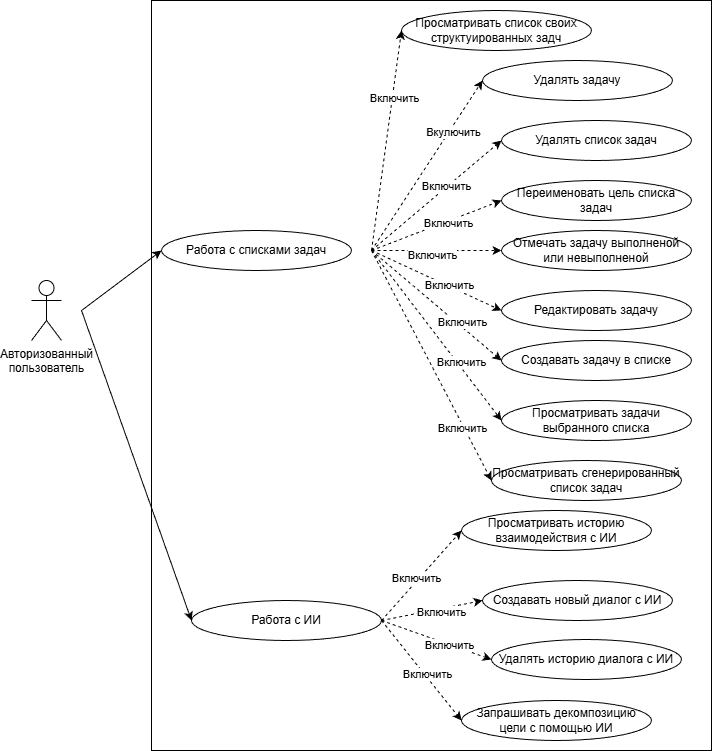
This is TargetLayer (личное планирование) прицедентов.png from AleksandrMeshkov/Diplom, a draw.io export, as it was before one commit. Source tidied: cells renumbered, new cells last; positions are measured from the earlier drawing's top-left corner, leaving out a move shared by most shapes.
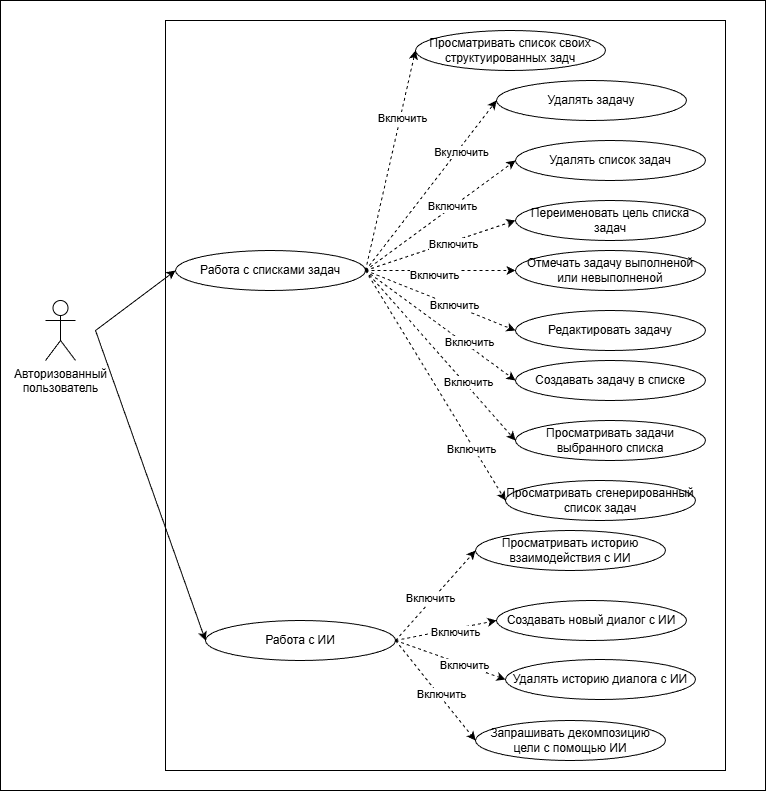
After the change.

What changed in the source:
```diff
@@ -2,12 +2,15 @@
   <root>
     <mxCell id="0" />
     <mxCell id="1" parent="0" />
+    <mxCell id="47" style="rounded=0;whiteSpace=wrap;html=1;" parent="1" vertex="1">
+      <mxGeometry x="-45" y="-20" width="765" height="790" as="geometry" />
+    </mxCell>
     <mxCell id="2" value="Авторизованный&lt;div&gt;пользователь&lt;/div&gt;" style="shape=umlActor;verticalLabelPosition=bottom;verticalAlign=top;html=1;" parent="1" vertex="1">
       <mxGeometry y="280" width="30" height="60" as="geometry" />
     </mxCell>
-    <mxCell id="3" style="rounded=0;whiteSpace=wrap;html=1;" parent="1" vertex="1">
-      <mxGeometry x="120" width="560" height="750" as="geometry" />
-    </mxCell>
+    <mxCell id="48" style="rounded=0;whiteSpace=wrap;html=1;" parent="1" vertex="1">
+      <mxGeometry x="120" width="560" height="750" as="geometry" />
+    </mxCell>
     <mxCell id="4" value="Работа с ИИ" style="ellipse;whiteSpace=wrap;html=1;" parent="1" vertex="1">
       <mxGeometry x="160" y="600" width="190" height="40" as="geometry" />
     </mxCell>
@@ -53,125 +56,121 @@
     <mxCell id="18" value="Запрашивать декомпозицию цели с помощью ИИ" style="ellipse;whiteSpace=wrap;html=1;" parent="1" vertex="1">
       <mxGeometry x="430" y="700" width="190" height="40" as="geometry" />
     </mxCell>
-    <mxCell id="19" style="endArrow=classic;html=1;rounded=0;entryX=0;entryY=0.5;entryDx=0;entryDy=0;" parent="1" edge="1" target="8">
-      <mxGeometry relative="1" as="geometry">
-        <mxPoint x="50" y="310" as="sourcePoint" />
-      </mxGeometry>
-    </mxCell>
-    <mxCell id="20" style="endArrow=classic;html=1;rounded=0;entryX=0;entryY=0.5;entryDx=0;entryDy=0;" parent="1" edge="1" target="4">
-      <mxGeometry relative="1" as="geometry">
-        <mxPoint x="50" y="310" as="sourcePoint" />
-      </mxGeometry>
-    </mxCell>
-    <mxCell id="21" style="endArrow=classic;html=1;rounded=0;entryX=0;entryY=0.5;entryDx=0;entryDy=0;dashed=1;" parent="1" edge="1" target="16">
-      <mxGeometry relative="1" as="geometry">
-        <mxPoint x="340" y="250" as="sourcePoint" />
-      </mxGeometry>
-    </mxCell>
-    <mxCell id="22" value="Включить" style="edgeLabel;html=1;align=center;verticalAlign=middle;" parent="21" vertex="1">
-      <mxGeometry x="0.38" y="-2" relative="1" as="geometry" />
-    </mxCell>
-    <mxCell id="23" style="endArrow=classic;html=1;rounded=0;entryX=0;entryY=0.5;entryDx=0;entryDy=0;dashed=1;" parent="1" edge="1" target="11">
-      <mxGeometry relative="1" as="geometry">
-        <mxPoint x="340" y="250" as="sourcePoint" />
-      </mxGeometry>
-    </mxCell>
+    <mxCell id="49" style="endArrow=classic;html=1;rounded=0;entryX=0;entryY=0.5;entryDx=0;entryDy=0;" parent="1" edge="1" target="8">
+      <mxGeometry relative="1" as="geometry">
+        <mxPoint x="50" y="310" as="sourcePoint" />
+      </mxGeometry>
+    </mxCell>
+    <mxCell id="50" style="endArrow=classic;html=1;rounded=0;entryX=0;entryY=0.5;entryDx=0;entryDy=0;" parent="1" edge="1" target="4">
+      <mxGeometry relative="1" as="geometry">
+        <mxPoint x="50" y="310" as="sourcePoint" />
+      </mxGeometry>
+    </mxCell>
+    <mxCell id="51" style="endArrow=classic;html=1;rounded=0;entryX=0;entryY=0.5;entryDx=0;entryDy=0;dashed=1;exitX=1;exitY=0.5;exitDx=0;exitDy=0;" parent="1" edge="1" source="8" target="16">
+      <mxGeometry relative="1" as="geometry" />
+    </mxCell>
+    <mxCell id="52" value="Включить" style="edgeLabel;html=1;align=center;verticalAlign=middle;" parent="51" vertex="1">
+      <mxGeometry x="0.38" y="-2" relative="1" as="geometry" />
+    </mxCell>
+    <mxCell id="53" style="endArrow=classic;html=1;rounded=0;entryX=0;entryY=0.5;entryDx=0;entryDy=0;dashed=1;" parent="1" edge="1" target="11">
+      <mxGeometry relative="1" as="geometry">
+        <mxPoint x="320" y="250" as="sourcePoint" />
+      </mxGeometry>
+    </mxCell>
-    <mxCell id="24" value="Вкулючить" style="edgeLabel;html=1;align=center;verticalAlign=middle;" parent="23" vertex="1">
+    <mxCell id="24" value="Вкулючить" style="edgeLabel;html=1;align=center;verticalAlign=middle;" parent="53" vertex="1">
       <mxGeometry x="0.42" y="-3" relative="1" as="geometry" />
     </mxCell>
-    <mxCell id="25" style="endArrow=classic;html=1;rounded=0;entryX=0;entryY=0.5;entryDx=0;entryDy=0;dashed=1;" parent="1" edge="1" target="9">
-      <mxGeometry relative="1" as="geometry">
-        <mxPoint x="340" y="250" as="sourcePoint" />
-      </mxGeometry>
-    </mxCell>
-    <mxCell id="26" value="Включить" style="edgeLabel;html=1;align=center;verticalAlign=middle;" parent="25" vertex="1">
-      <mxGeometry x="0.16" y="1" relative="1" as="geometry" />
-    </mxCell>
-    <mxCell id="27" style="endArrow=classic;html=1;rounded=0;entryX=0;entryY=0.5;entryDx=0;entryDy=0;dashed=1;" parent="1" edge="1" target="10">
-      <mxGeometry relative="1" as="geometry">
-        <mxPoint x="340" y="250" as="sourcePoint" />
-      </mxGeometry>
-    </mxCell>
-    <mxCell id="28" value="Включить" style="edgeLabel;html=1;align=center;verticalAlign=middle;" parent="27" vertex="1">
-      <mxGeometry x="0.16" y="-2" relative="1" as="geometry" />
-    </mxCell>
-    <mxCell id="29" style="endArrow=classic;html=1;rounded=0;entryX=0;entryY=0.5;entryDx=0;entryDy=0;dashed=1;" parent="1" edge="1" target="12">
-      <mxGeometry relative="1" as="geometry">
-        <mxPoint x="340" y="250" as="sourcePoint" />
-      </mxGeometry>
-    </mxCell>
-    <mxCell id="30" value="Включить" style="edgeLabel;html=1;align=center;verticalAlign=middle;" parent="29" vertex="1">
-      <mxGeometry x="-0.08" y="-4" relative="1" as="geometry" />
-    </mxCell>
-    <mxCell id="31" style="endArrow=classic;html=1;rounded=0;entryX=0;entryY=0.5;entryDx=0;entryDy=0;dashed=1;" parent="1" edge="1" target="13">
-      <mxGeometry relative="1" as="geometry">
-        <mxPoint x="340" y="250" as="sourcePoint" />
-      </mxGeometry>
-    </mxCell>
-    <mxCell id="32" value="Включить" style="edgeLabel;html=1;align=center;verticalAlign=middle;" parent="31" vertex="1">
-      <mxGeometry x="0.18" relative="1" as="geometry">
-        <mxPoint y="-1" as="offset" />
-      </mxGeometry>
-    </mxCell>
-    <mxCell id="33" style="endArrow=classic;html=1;rounded=0;entryX=0;entryY=0.5;entryDx=0;entryDy=0;dashed=1;" parent="1" edge="1" target="14">
-      <mxGeometry relative="1" as="geometry">
-        <mxPoint x="340" y="250" as="sourcePoint" />
-      </mxGeometry>
-    </mxCell>
-    <mxCell id="34" value="Включить" style="edgeLabel;html=1;align=center;verticalAlign=middle;" parent="33" vertex="1">
-      <mxGeometry x="0.35" y="4" relative="1" as="geometry" />
-    </mxCell>
-    <mxCell id="35" style="endArrow=classic;html=1;rounded=0;entryX=0;entryY=0.5;entryDx=0;entryDy=0;dashed=1;" parent="1" edge="1" target="15">
-      <mxGeometry relative="1" as="geometry">
-        <mxPoint x="340" y="250" as="sourcePoint" />
-      </mxGeometry>
-    </mxCell>
-    <mxCell id="36" value="Включить" style="edgeLabel;html=1;align=center;verticalAlign=middle;" parent="35" vertex="1">
-      <mxGeometry x="0.34" y="3" relative="1" as="geometry" />
-    </mxCell>
-    <mxCell id="37" style="endArrow=classic;html=1;rounded=0;dashed=1;entryX=0;entryY=0.5;entryDx=0;entryDy=0;" parent="1" edge="1" target="17">
-      <mxGeometry relative="1" as="geometry">
-        <mxPoint x="340" y="250" as="sourcePoint" />
-      </mxGeometry>
-    </mxCell>
-    <mxCell id="38" value="Включить" style="edgeLabel;html=1;align=center;verticalAlign=middle;" parent="37" vertex="1">
-      <mxGeometry x="0.54" y="-3" relative="1" as="geometry">
-        <mxPoint x="1" as="offset" />
-      </mxGeometry>
-    </mxCell>
-    <mxCell id="39" style="endArrow=classic;html=1;rounded=0;entryX=0;entryY=0.5;entryDx=0;entryDy=0;dashed=1;" parent="1" edge="1" target="7">
-      <mxGeometry relative="1" as="geometry">
-        <mxPoint x="350" y="620" as="sourcePoint" />
-      </mxGeometry>
-    </mxCell>
-    <mxCell id="40" value="Включить" style="edgeLabel;html=1;align=center;verticalAlign=middle;" parent="39" vertex="1">
-      <mxGeometry x="-0.1" y="2" relative="1" as="geometry">
-        <mxPoint y="-1" as="offset" />
-      </mxGeometry>
-    </mxCell>
-    <mxCell id="41" style="endArrow=classic;html=1;rounded=0;entryX=0;entryY=0.5;entryDx=0;entryDy=0;dashed=1;" parent="1" edge="1" target="6">
-      <mxGeometry relative="1" as="geometry">
-        <mxPoint x="350" y="620" as="sourcePoint" />
-      </mxGeometry>
-    </mxCell>
-    <mxCell id="42" value="Включить" style="edgeLabel;html=1;align=center;verticalAlign=middle;" parent="41" vertex="1">
-      <mxGeometry x="0.17" y="-3" relative="1" as="geometry" />
-    </mxCell>
-    <mxCell id="43" style="endArrow=classic;html=1;rounded=0;entryX=0;entryY=0.5;entryDx=0;entryDy=0;dashed=1;" parent="1" edge="1" target="5">
-      <mxGeometry relative="1" as="geometry">
-        <mxPoint x="350" y="620" as="sourcePoint" />
-      </mxGeometry>
-    </mxCell>
-    <mxCell id="44" value="Включить" style="edgeLabel;html=1;align=center;verticalAlign=middle;" parent="43" vertex="1">
-      <mxGeometry x="0.24" relative="1" as="geometry" />
-    </mxCell>
-    <mxCell id="45" style="endArrow=classic;html=1;rounded=0;entryX=0;entryY=0.5;entryDx=0;entryDy=0;dashed=1;" parent="1" edge="1" target="18">
-      <mxGeometry relative="1" as="geometry">
-        <mxPoint x="350" y="620" as="sourcePoint" />
-      </mxGeometry>
-    </mxCell>
-    <mxCell id="46" value="Включить" style="edgeLabel;html=1;align=center;verticalAlign=middle;" parent="45" vertex="1">
-      <mxGeometry x="0.09" y="2" relative="1" as="geometry" />
-    </mxCell>
+    <mxCell id="54" style="endArrow=classic;html=1;rounded=0;entryX=0;entryY=0.5;entryDx=0;entryDy=0;dashed=1;exitX=1;exitY=0.5;exitDx=0;exitDy=0;" parent="1" edge="1" source="8" target="9">
+      <mxGeometry relative="1" as="geometry" />
+    </mxCell>
+    <mxCell id="55" value="Включить" style="edgeLabel;html=1;align=center;verticalAlign=middle;" parent="54" vertex="1">
+      <mxGeometry x="0.16" y="1" relative="1" as="geometry" />
+    </mxCell>
+    <mxCell id="56" style="endArrow=classic;html=1;rounded=0;entryX=0;entryY=0.5;entryDx=0;entryDy=0;dashed=1;" parent="1" edge="1" target="10">
+      <mxGeometry relative="1" as="geometry">
+        <mxPoint x="320" y="250" as="sourcePoint" />
+      </mxGeometry>
+    </mxCell>
+    <mxCell id="57" value="Включить" style="edgeLabel;html=1;align=center;verticalAlign=middle;" parent="56" vertex="1">
+      <mxGeometry x="0.16" y="-2" relative="1" as="geometry" />
+    </mxCell>
+    <mxCell id="58" style="endArrow=classic;html=1;rounded=0;entryX=0;entryY=0.5;entryDx=0;entryDy=0;dashed=1;" parent="1" edge="1" target="12">
+      <mxGeometry relative="1" as="geometry">
+        <mxPoint x="320" y="250" as="sourcePoint" />
+      </mxGeometry>
+    </mxCell>
+    <mxCell id="59" value="Включить" style="edgeLabel;html=1;align=center;verticalAlign=middle;" parent="58" vertex="1">
+      <mxGeometry x="-0.08" y="-4" relative="1" as="geometry" />
+    </mxCell>
+    <mxCell id="60" style="endArrow=classic;html=1;rounded=0;entryX=0;entryY=0.5;entryDx=0;entryDy=0;dashed=1;" parent="1" edge="1" target="13">
+      <mxGeometry relative="1" as="geometry">
+        <mxPoint x="320" y="250" as="sourcePoint" />
+      </mxGeometry>
+    </mxCell>
+    <mxCell id="61" value="Включить" style="edgeLabel;html=1;align=center;verticalAlign=middle;" parent="60" vertex="1">
+      <mxGeometry x="0.18" relative="1" as="geometry">
+        <mxPoint y="-1" as="offset" />
+      </mxGeometry>
+    </mxCell>
+    <mxCell id="62" style="endArrow=classic;html=1;rounded=0;entryX=0;entryY=0.5;entryDx=0;entryDy=0;dashed=1;" parent="1" edge="1" target="14">
+      <mxGeometry relative="1" as="geometry">
+        <mxPoint x="320" y="250" as="sourcePoint" />
+      </mxGeometry>
+    </mxCell>
+    <mxCell id="63" value="Включить" style="edgeLabel;html=1;align=center;verticalAlign=middle;" parent="62" vertex="1">
+      <mxGeometry x="0.35" y="4" relative="1" as="geometry" />
+    </mxCell>
+    <mxCell id="64" style="endArrow=classic;html=1;rounded=0;entryX=0;entryY=0.5;entryDx=0;entryDy=0;dashed=1;" parent="1" edge="1" target="15">
+      <mxGeometry relative="1" as="geometry">
+        <mxPoint x="320" y="250" as="sourcePoint" />
+      </mxGeometry>
+    </mxCell>
+    <mxCell id="65" value="Включить" style="edgeLabel;html=1;align=center;verticalAlign=middle;" parent="64" vertex="1">
+      <mxGeometry x="0.34" y="3" relative="1" as="geometry" />
+    </mxCell>
+    <mxCell id="66" style="endArrow=classic;html=1;rounded=0;dashed=1;entryX=0;entryY=0.5;entryDx=0;entryDy=0;" parent="1" edge="1" target="17">
+      <mxGeometry relative="1" as="geometry">
+        <mxPoint x="320" y="250" as="sourcePoint" />
+      </mxGeometry>
+    </mxCell>
+    <mxCell id="67" value="Включить" style="edgeLabel;html=1;align=center;verticalAlign=middle;" parent="66" vertex="1">
+      <mxGeometry x="0.54" y="-3" relative="1" as="geometry">
+        <mxPoint x="1" as="offset" />
+      </mxGeometry>
+    </mxCell>
+    <mxCell id="68" style="endArrow=classic;html=1;rounded=0;entryX=0;entryY=0.5;entryDx=0;entryDy=0;dashed=1;" parent="1" edge="1" target="7">
+      <mxGeometry relative="1" as="geometry">
+        <mxPoint x="350" y="620" as="sourcePoint" />
+      </mxGeometry>
+    </mxCell>
+    <mxCell id="69" value="Включить" style="edgeLabel;html=1;align=center;verticalAlign=middle;" parent="68" vertex="1">
+      <mxGeometry x="-0.1" y="2" relative="1" as="geometry">
+        <mxPoint y="-1" as="offset" />
+      </mxGeometry>
+    </mxCell>
+    <mxCell id="70" style="endArrow=classic;html=1;rounded=0;entryX=0;entryY=0.5;entryDx=0;entryDy=0;dashed=1;" parent="1" edge="1" target="6">
+      <mxGeometry relative="1" as="geometry">
+        <mxPoint x="350" y="620" as="sourcePoint" />
+      </mxGeometry>
+    </mxCell>
+    <mxCell id="71" value="Включить" style="edgeLabel;html=1;align=center;verticalAlign=middle;" parent="70" vertex="1">
+      <mxGeometry x="0.17" y="-3" relative="1" as="geometry" />
+    </mxCell>
+    <mxCell id="72" style="endArrow=classic;html=1;rounded=0;entryX=0;entryY=0.5;entryDx=0;entryDy=0;dashed=1;" parent="1" edge="1" target="5">
+      <mxGeometry relative="1" as="geometry">
+        <mxPoint x="350" y="620" as="sourcePoint" />
+      </mxGeometry>
+    </mxCell>
+    <mxCell id="73" value="Включить" style="edgeLabel;html=1;align=center;verticalAlign=middle;" parent="72" vertex="1">
+      <mxGeometry x="0.24" relative="1" as="geometry" />
+    </mxCell>
+    <mxCell id="74" style="endArrow=classic;html=1;rounded=0;entryX=0;entryY=0.5;entryDx=0;entryDy=0;dashed=1;" parent="1" edge="1" target="18">
+      <mxGeometry relative="1" as="geometry">
+        <mxPoint x="350" y="620" as="sourcePoint" />
+      </mxGeometry>
+    </mxCell>
+    <mxCell id="75" value="Включить" style="edgeLabel;html=1;align=center;verticalAlign=middle;" parent="74" vertex="1">
+      <mxGeometry x="0.09" y="2" relative="1" as="geometry" />
+    </mxCell>
   </root>
 </mxGraphModel>
```
